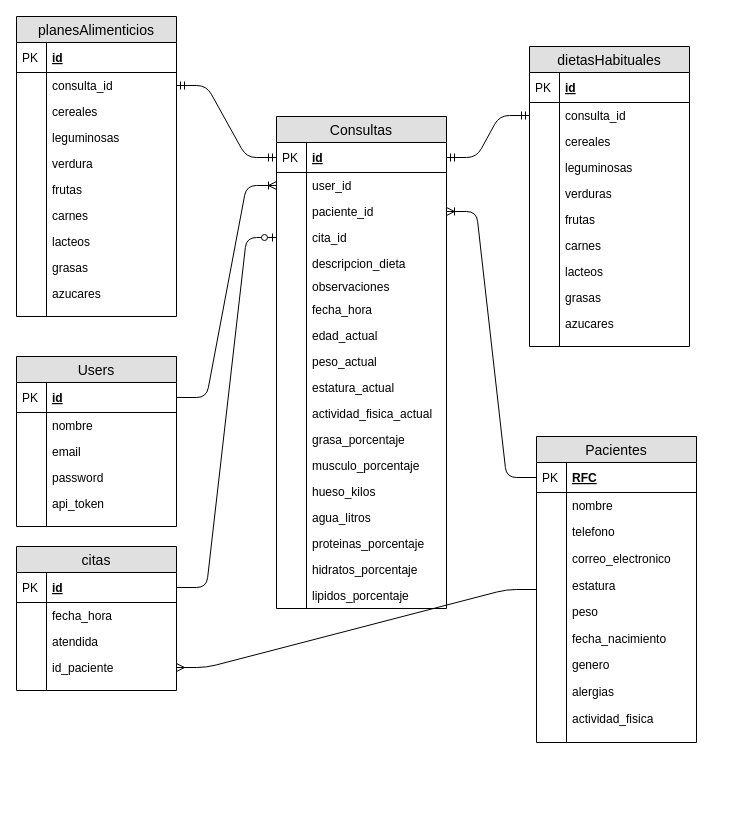
This is baseDeDatosProyecto.drawio from elagabalus01/nutrikit, a draw.io file, before an edit. Source tidied: cells renumbered, new cells numbered last; positions are measured from the earlier drawing's top-left corner, leaving out a move shared by most shapes. Both pictures are drawn from the tidied source at 100%, with x=0, y=0 at pixel (16, 16).
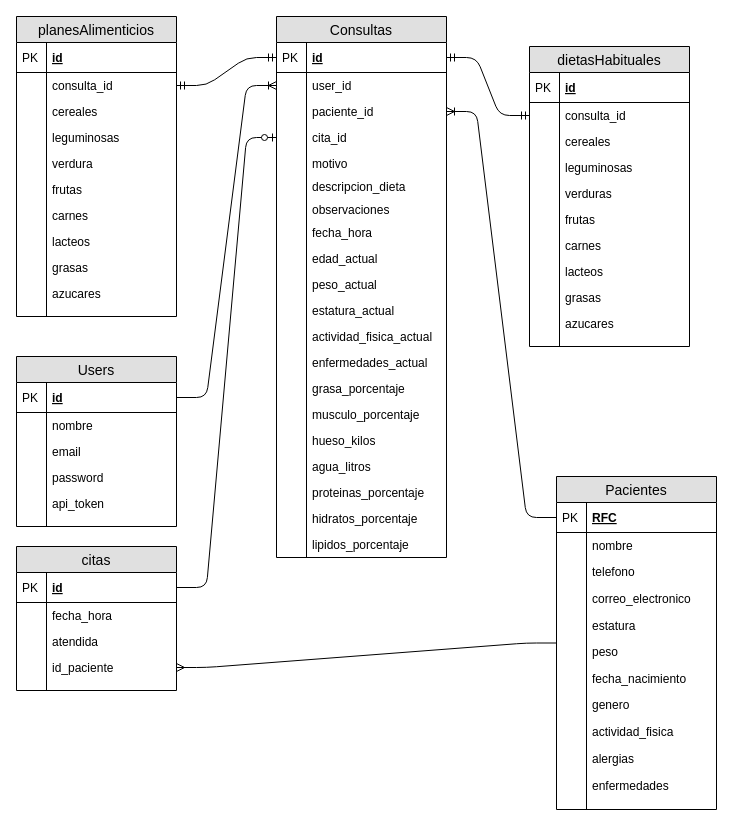
The same page after the edit.

Commit message:
enfermedades y motivo de la consulta agregados

The edit, as a diff of the source:
```diff
@@
     <mxCell id="15" value="Pacientes" style="swimlane;fontStyle=0;horizontal=1;startSize=26;fillColor=#e0e0e0;swimlaneFillColor=#ffffff;align=center;fontSize=14;" parent="1" vertex="1">
-      <mxGeometry x="520" y="420" width="160" height="306" as="geometry" />
+      <mxGeometry x="540" y="460" width="160" height="333" as="geometry" />
     </mxCell>
@@
+    <mxCell id="34" value="actividad_fisica" style="shape=partialRectangle;top=0;left=0;right=0;bottom=0;align=left;verticalAlign=top;fillColor=none;spacingLeft=34;spacingRight=4;overflow=hidden;fontSize=12;" parent="15" vertex="1">
+      <mxGeometry y="242" width="160" height="27" as="geometry" />
+    </mxCell>
+    <mxCell id="35" style="shape=partialRectangle;top=0;left=0;bottom=0;fillColor=none;align=left;verticalAlign=top;spacingLeft=4;spacingRight=4;overflow=hidden;fontSize=12;" parent="34" vertex="1">
+      <mxGeometry width="30" height="26" as="geometry" />
+    </mxCell>
+    <mxCell id="138" value="alergias" style="shape=partialRectangle;top=0;left=0;right=0;bottom=0;align=left;verticalAlign=top;fillColor=none;spacingLeft=34;spacingRight=4;overflow=hidden;fontSize=12;" parent="15" vertex="1">
+      <mxGeometry y="269" width="160" height="27" as="geometry" />
+    </mxCell>
+    <mxCell id="139" style="shape=partialRectangle;top=0;left=0;bottom=0;fillColor=none;align=left;verticalAlign=top;spacingLeft=4;spacingRight=4;overflow=hidden;fontSize=12;" parent="138" vertex="1">
+      <mxGeometry width="30" height="26" as="geometry" />
+    </mxCell>
-    <mxCell id="32" value="alergias" style="shape=partialRectangle;top=0;left=0;right=0;bottom=0;align=left;verticalAlign=top;fillColor=none;spacingLeft=34;spacingRight=4;overflow=hidden;fontSize=12;" parent="15" vertex="1">
-      <mxGeometry y="242" width="160" height="27" as="geometry" />
+    <mxCell id="32" value="enfermedades" style="shape=partialRectangle;top=0;left=0;right=0;bottom=0;align=left;verticalAlign=top;fillColor=none;spacingLeft=34;spacingRight=4;overflow=hidden;fontSize=12;" parent="15" vertex="1">
+      <mxGeometry y="296" width="160" height="27" as="geometry" />
     </mxCell>
@@
-    <mxCell id="34" value="actividad_fisica" style="shape=partialRectangle;top=0;left=0;right=0;bottom=0;align=left;verticalAlign=top;fillColor=none;spacingLeft=34;spacingRight=4;overflow=hidden;fontSize=12;" parent="15" vertex="1">
-      <mxGeometry y="269" width="160" height="27" as="geometry" />
-    </mxCell>
-    <mxCell id="35" style="shape=partialRectangle;top=0;left=0;bottom=0;fillColor=none;align=left;verticalAlign=top;spacingLeft=4;spacingRight=4;overflow=hidden;fontSize=12;" parent="34" vertex="1">
-      <mxGeometry width="30" height="26" as="geometry" />
-    </mxCell>
     <mxCell id="36" style="shape=partialRectangle;top=0;left=0;right=0;bottom=0;align=left;verticalAlign=top;fillColor=none;spacingLeft=34;spacingRight=4;overflow=hidden;fontSize=12;" parent="15" vertex="1">
-      <mxGeometry y="296" width="160" height="10" as="geometry" />
+      <mxGeometry y="323" width="160" height="10" as="geometry" />
     </mxCell>
@@
     <mxCell id="49" value="Consultas" style="swimlane;fontStyle=0;horizontal=1;startSize=26;fillColor=#e0e0e0;swimlaneFillColor=#ffffff;align=center;fontSize=14;" parent="1" vertex="1">
-      <mxGeometry x="260" y="100" width="170" height="492" as="geometry" />
+      <mxGeometry x="260" width="170" height="541" as="geometry" />
     </mxCell>
@@
+    <mxCell id="140" value="motivo" style="shape=partialRectangle;top=0;left=0;right=0;bottom=0;align=left;verticalAlign=top;fillColor=none;spacingLeft=34;spacingRight=4;overflow=hidden;fontSize=12;" parent="49" vertex="1">
+      <mxGeometry y="134" width="170" height="23" as="geometry" />
+    </mxCell>
+    <mxCell id="141" style="shape=partialRectangle;top=0;left=0;bottom=0;fillColor=none;align=left;verticalAlign=top;spacingLeft=4;spacingRight=4;overflow=hidden;fontSize=12;" parent="140" vertex="1">
+      <mxGeometry width="30" height="26" as="geometry" />
+    </mxCell>
     <mxCell id="58" value="descripcion_dieta" style="shape=partialRectangle;top=0;left=0;right=0;bottom=0;align=left;verticalAlign=top;fillColor=none;spacingLeft=34;spacingRight=4;overflow=hidden;fontSize=12;" parent="49" vertex="1">
-      <mxGeometry y="134" width="170" height="23" as="geometry" />
+      <mxGeometry y="157" width="170" height="23" as="geometry" />
     </mxCell>
@@
     <mxCell id="60" value="observaciones" style="shape=partialRectangle;top=0;left=0;right=0;bottom=0;align=left;verticalAlign=top;fillColor=none;spacingLeft=34;spacingRight=4;overflow=hidden;fontSize=12;" parent="49" vertex="1">
-      <mxGeometry y="157" width="170" height="23" as="geometry" />
+      <mxGeometry y="180" width="170" height="23" as="geometry" />
     </mxCell>
@@
     <mxCell id="62" value="fecha_hora" style="shape=partialRectangle;top=0;left=0;right=0;bottom=0;align=left;verticalAlign=top;fillColor=none;spacingLeft=34;spacingRight=4;overflow=hidden;fontSize=12;" parent="49" vertex="1">
-      <mxGeometry y="180" width="170" height="26" as="geometry" />
+      <mxGeometry y="203" width="170" height="26" as="geometry" />
     </mxCell>
@@
     <mxCell id="64" value="edad_actual" style="shape=partialRectangle;top=0;left=0;right=0;bottom=0;align=left;verticalAlign=top;fillColor=none;spacingLeft=34;spacingRight=4;overflow=hidden;fontSize=12;" parent="49" vertex="1">
-      <mxGeometry y="206" width="170" height="26" as="geometry" />
+      <mxGeometry y="229" width="170" height="26" as="geometry" />
     </mxCell>
@@
     <mxCell id="66" value="peso_actual" style="shape=partialRectangle;top=0;left=0;right=0;bottom=0;align=left;verticalAlign=top;fillColor=none;spacingLeft=34;spacingRight=4;overflow=hidden;fontSize=12;" parent="49" vertex="1">
-      <mxGeometry y="232" width="170" height="26" as="geometry" />
+      <mxGeometry y="255" width="170" height="26" as="geometry" />
     </mxCell>
@@
     <mxCell id="68" value="estatura_actual" style="shape=partialRectangle;top=0;left=0;right=0;bottom=0;align=left;verticalAlign=top;fillColor=none;spacingLeft=34;spacingRight=4;overflow=hidden;fontSize=12;" parent="49" vertex="1">
-      <mxGeometry y="258" width="170" height="26" as="geometry" />
+      <mxGeometry y="281" width="170" height="26" as="geometry" />
     </mxCell>
@@
     <mxCell id="70" value="actividad_fisica_actual" style="shape=partialRectangle;top=0;left=0;right=0;bottom=0;align=left;verticalAlign=top;fillColor=none;spacingLeft=34;spacingRight=4;overflow=hidden;fontSize=12;" parent="49" vertex="1">
-      <mxGeometry y="284" width="170" height="26" as="geometry" />
+      <mxGeometry y="307" width="170" height="26" as="geometry" />
     </mxCell>
@@
+    <mxCell id="142" value="enfermedades_actual" style="shape=partialRectangle;top=0;left=0;right=0;bottom=0;align=left;verticalAlign=top;fillColor=none;spacingLeft=34;spacingRight=4;overflow=hidden;fontSize=12;" parent="49" vertex="1">
+      <mxGeometry y="333" width="170" height="26" as="geometry" />
+    </mxCell>
+    <mxCell id="143" style="shape=partialRectangle;top=0;left=0;bottom=0;fillColor=none;align=left;verticalAlign=top;spacingLeft=4;spacingRight=4;overflow=hidden;fontSize=12;" parent="142" vertex="1">
+      <mxGeometry width="30" height="26" as="geometry" />
+    </mxCell>
     <mxCell id="72" value="grasa_porcentaje" style="shape=partialRectangle;top=0;left=0;right=0;bottom=0;align=left;verticalAlign=top;fillColor=none;spacingLeft=34;spacingRight=4;overflow=hidden;fontSize=12;" parent="49" vertex="1">
-      <mxGeometry y="310" width="170" height="26" as="geometry" />
+      <mxGeometry y="359" width="170" height="26" as="geometry" />
     </mxCell>
@@
     <mxCell id="74" value="musculo_porcentaje" style="shape=partialRectangle;top=0;left=0;right=0;bottom=0;align=left;verticalAlign=top;fillColor=none;spacingLeft=34;spacingRight=4;overflow=hidden;fontSize=12;" parent="49" vertex="1">
-      <mxGeometry y="336" width="170" height="26" as="geometry" />
+      <mxGeometry y="385" width="170" height="26" as="geometry" />
     </mxCell>
@@
     <mxCell id="76" value="hueso_kilos" style="shape=partialRectangle;top=0;left=0;right=0;bottom=0;align=left;verticalAlign=top;fillColor=none;spacingLeft=34;spacingRight=4;overflow=hidden;fontSize=12;" parent="49" vertex="1">
-      <mxGeometry y="362" width="170" height="26" as="geometry" />
+      <mxGeometry y="411" width="170" height="26" as="geometry" />
     </mxCell>
@@
     <mxCell id="78" value="agua_litros" style="shape=partialRectangle;top=0;left=0;right=0;bottom=0;align=left;verticalAlign=top;fillColor=none;spacingLeft=34;spacingRight=4;overflow=hidden;fontSize=12;" parent="49" vertex="1">
-      <mxGeometry y="388" width="170" height="26" as="geometry" />
+      <mxGeometry y="437" width="170" height="26" as="geometry" />
     </mxCell>
@@
     <mxCell id="80" value="proteinas_porcentaje" style="shape=partialRectangle;top=0;left=0;right=0;bottom=0;align=left;verticalAlign=top;fillColor=none;spacingLeft=34;spacingRight=4;overflow=hidden;fontSize=12;" parent="49" vertex="1">
-      <mxGeometry y="414" width="170" height="26" as="geometry" />
+      <mxGeometry y="463" width="170" height="26" as="geometry" />
     </mxCell>
@@
     <mxCell id="82" value="hidratos_porcentaje" style="shape=partialRectangle;top=0;left=0;right=0;bottom=0;align=left;verticalAlign=top;fillColor=none;spacingLeft=34;spacingRight=4;overflow=hidden;fontSize=12;" parent="49" vertex="1">
-      <mxGeometry y="440" width="170" height="26" as="geometry" />
+      <mxGeometry y="489" width="170" height="26" as="geometry" />
     </mxCell>
@@
     <mxCell id="84" value="lipidos_porcentaje" style="shape=partialRectangle;top=0;left=0;right=0;bottom=0;align=left;verticalAlign=top;fillColor=none;spacingLeft=34;spacingRight=4;overflow=hidden;fontSize=12;" parent="49" vertex="1">
-      <mxGeometry y="466" width="170" height="26" as="geometry" />
+      <mxGeometry y="515" width="170" height="26" as="geometry" />
     </mxCell>
```
